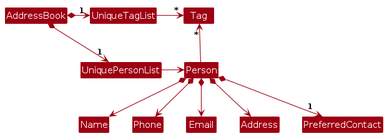
Earlier version of the PlantUML export diagrams/BetterModelClassDiagram.png (johnnythesnake12/tp). Its source is kept beside it as diagrams/BetterModelClassDiagram.puml. Its diagram source:
```plantuml
@startuml
!include style.puml
skinparam arrowThickness 1.1
skinparam arrowColor MODEL_COLOR
skinparam classBackgroundColor MODEL_COLOR

AddressBook *-right-> "1" UniquePersonList
AddressBook *-right-> "1" UniqueTagList
UniqueTagList -[hidden]down- UniquePersonList
UniqueTagList -[hidden]down- UniquePersonList

UniqueTagList -right-> "*" Tag
UniquePersonList -right-> Person

Person -up-> "*" Tag

Person *--> Name
Person *--> Phone
Person *--> Email
Person *--> Address
Person *--> "1" PreferredContact
@enduml
```
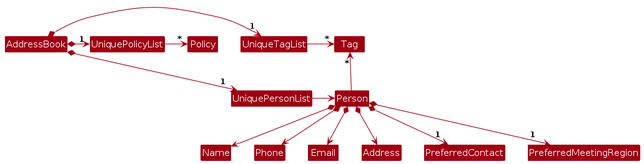
Above is the later version.

Change to the diagram source:
```diff
@@ -6,11 +6,13 @@
 
 AddressBook *-right-> "1" UniquePersonList
 AddressBook *-right-> "1" UniqueTagList
+AddressBook *-right-> "1" UniquePolicyList
 UniqueTagList -[hidden]down- UniquePersonList
 UniqueTagList -[hidden]down- UniquePersonList
 
 UniqueTagList -right-> "*" Tag
 UniquePersonList -right-> Person
+UniquePolicyList -right-> "*" Policy
 
 Person -up-> "*" Tag
 
@@ -19,4 +21,5 @@
 Person *--> Email
 Person *--> Address
 Person *--> "1" PreferredContact
+Person *--> "1" PreferredMeetingRegion
 @enduml
```
